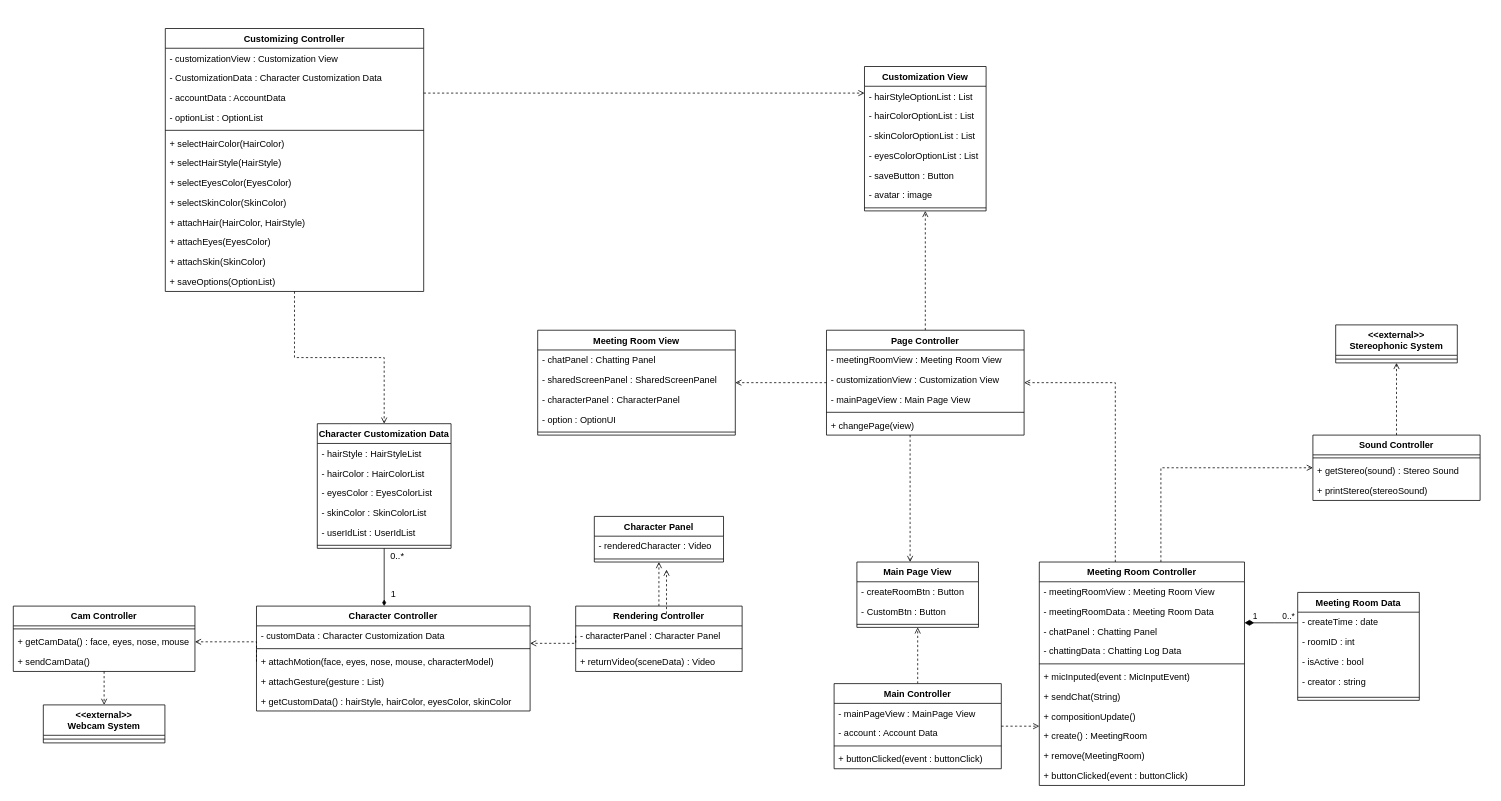
The draw.io diagram Combined.drawio in ONFFLine/Diagram, before the edit. Source tidied: cells renumbered, new cells numbered last; positions are measured from the earlier drawing's top-left corner, leaving out a move shared by most shapes. Both pictures are drawn from the tidied source at 76%, with x=0, y=0 at pixel (13, 28).
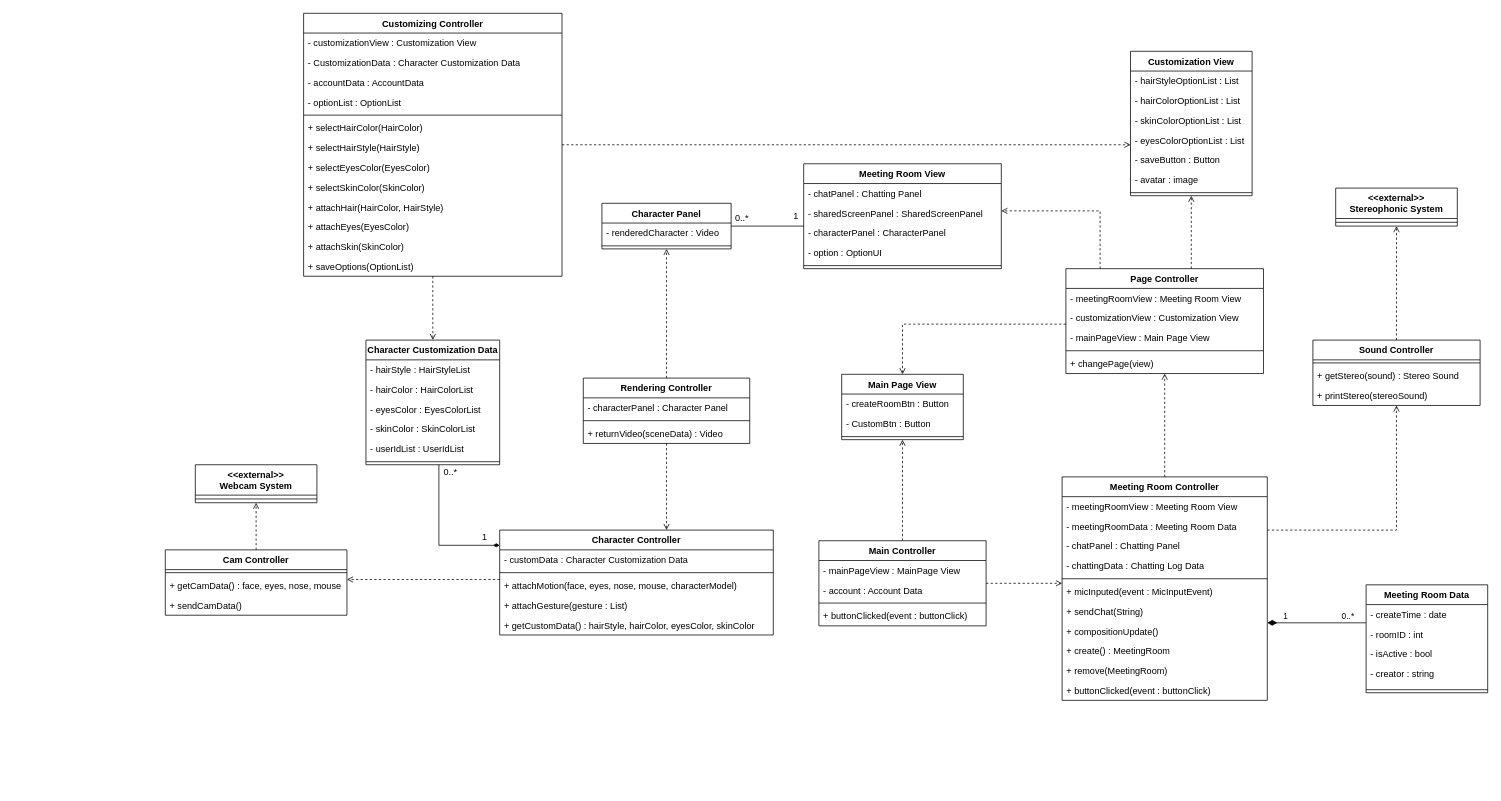
The same page after the edit.

The change refers to these unchanged cells:
```xml
<mxCell id="12" value="+ attachMotion(face, eyes, nose, mouse, characterModel)" style="text;strokeColor=none;fillColor=none;align=left;verticalAlign=top;spacingLeft=4;spacingRight=4;overflow=hidden;points=[[0,0.5],[1,0.5]];portConstraint=eastwest;" parent="9" vertex="1">
  <mxGeometry y="60" width="360" height="26" as="geometry" />
</mxCell>
<mxCell id="20" value="- characterPanel : Character Panel" style="text;strokeColor=none;fillColor=none;align=left;verticalAlign=top;spacingLeft=4;spacingRight=4;overflow=hidden;points=[[0,0.5],[1,0.5]];portConstraint=eastwest;" parent="19" vertex="1">
  <mxGeometry y="26" width="219" height="26" as="geometry" />
</mxCell>
<mxCell id="26" value="+ getCamData() : face, eyes, nose, mouse" style="text;strokeColor=none;fillColor=none;align=left;verticalAlign=top;spacingLeft=4;spacingRight=4;overflow=hidden;points=[[0,0.5],[1,0.5]];portConstraint=eastwest;" parent="24" vertex="1">
  <mxGeometry y="34" width="239" height="26" as="geometry" />
</mxCell>
```

The edit, as a diff of the source:
```diff
@@
     <mxCell id="3" value="Sound Controller" style="swimlane;fontStyle=1;align=center;verticalAlign=top;horizontal=1;startSize=26;" parent="1" vertex="1">
-      <mxGeometry x="1710" y="535" width="220" height="86" as="geometry" />
+      <mxGeometry x="1710" y="410" width="220" height="86" as="geometry" />
     </mxCell>
@@
     <mxCell id="7" value="&lt;&lt;external&gt;&gt;&#10;Stereophonic System" style="swimlane;fontStyle=1;align=center;verticalAlign=top;horizontal=1;startSize=40;" parent="1" vertex="1">
-      <mxGeometry x="1740" y="390" width="160" height="50" as="geometry" />
+      <mxGeometry x="1740" y="210" width="160" height="50" as="geometry" />
     </mxCell>
@@
     <mxCell id="9" value="Character Controller" style="swimlane;fontStyle=1;align=center;verticalAlign=top;horizontal=1;startSize=26;" parent="1" vertex="1">
-      <mxGeometry x="320" y="760" width="360" height="138" as="geometry" />
+      <mxGeometry x="640" y="660" width="360" height="138" as="geometry" />
     </mxCell>
@@
     <mxCell id="15" value="Character Panel" style="swimlane;fontStyle=1;align=center;verticalAlign=top;horizontal=1;startSize=26;" parent="1" vertex="1">
-      <mxGeometry x="764.5" y="642" width="170" height="60" as="geometry" />
+      <mxGeometry x="774.5" y="230" width="170" height="60" as="geometry" />
     </mxCell>
@@
     <mxCell id="19" value="Rendering Controller" style="swimlane;fontStyle=1;align=center;verticalAlign=top;horizontal=1;startSize=26;" parent="1" vertex="1">
-      <mxGeometry x="740" y="760" width="219" height="86" as="geometry" />
+      <mxGeometry x="750" y="460" width="219" height="86" as="geometry" />
     </mxCell>
@@
-    <mxCell id="23" style="edgeStyle=orthogonalEdgeStyle;rounded=0;jettySize=auto;html=1;entryX=0.5;entryY=0;entryDx=0;entryDy=0;dashed=1;endArrow=open;endFill=0;" parent="1" edge="1" source="24" target="29">
+    <mxCell id="23" style="edgeStyle=orthogonalEdgeStyle;rounded=0;jettySize=auto;html=1;dashed=1;endArrow=open;endFill=0;" parent="1" edge="1" source="24" target="29">
       <mxGeometry relative="1" as="geometry" />
     </mxCell>
     <mxCell id="24" value="Cam Controller" style="swimlane;fontStyle=1;align=center;verticalAlign=top;horizontal=1;startSize=26;" parent="1" vertex="1">
-      <mxGeometry y="760" width="239" height="86" as="geometry" />
+      <mxGeometry x="200" y="686" width="239" height="86" as="geometry" />
     </mxCell>
@@
     <mxCell id="28" style="edgeStyle=orthogonalEdgeStyle;rounded=0;jettySize=auto;html=1;dashed=1;endArrow=open;endFill=0;" parent="1" edge="1" source="76" target="3">
       <mxGeometry relative="1" as="geometry">
         <Array as="points">
-          <mxPoint x="1510" y="660" />
-          <mxPoint x="1510" y="660" />
+          <mxPoint x="1820" y="660" />
         </Array>
       </mxGeometry>
     </mxCell>
     <mxCell id="29" value="&lt;&lt;external&gt;&gt;&#10;Webcam System" style="swimlane;fontStyle=1;align=center;verticalAlign=top;horizontal=1;startSize=40;" parent="1" vertex="1">
-      <mxGeometry x="39.5" y="890" width="160" height="50" as="geometry" />
+      <mxGeometry x="239.5" y="574" width="160" height="50" as="geometry" />
     </mxCell>
@@
     <mxCell id="31" style="edgeStyle=orthogonalEdgeStyle;rounded=0;jettySize=auto;html=1;endArrow=diamondThin;endFill=1;" parent="1" edge="1" source="32" target="9">
       <mxGeometry relative="1" as="geometry">
         <Array as="points">
-          <mxPoint x="500" y="602" />
+          <mxPoint x="560" y="680" />
         </Array>
       </mxGeometry>
     </mxCell>
     <mxCell id="32" value="Character Customization Data" style="swimlane;fontStyle=1;align=center;verticalAlign=top;horizontal=1;startSize=26;" parent="1" vertex="1">
-      <mxGeometry x="400" y="520" width="176" height="164" as="geometry" />
+      <mxGeometry x="464" y="410" width="176" height="164" as="geometry" />
     </mxCell>
@@
     <mxCell id="39" value="1" style="text;html=1;align=center;verticalAlign=middle;strokeColor=none;" parent="1" vertex="1">
-      <mxGeometry x="490" y="735" width="20" height="20" as="geometry" />
+      <mxGeometry x="610" y="660" width="20" height="20" as="geometry" />
     </mxCell>
     <mxCell id="40" value="0..*" style="text;html=1;align=center;verticalAlign=middle;strokeColor=none;" parent="1" vertex="1">
-      <mxGeometry x="490" y="684" width="30" height="20" as="geometry" />
+      <mxGeometry x="560" y="574" width="30" height="20" as="geometry" />
     </mxCell>
-    <mxCell id="41" style="edgeStyle=orthogonalEdgeStyle;rounded=0;jettySize=auto;html=1;exitX=0;exitY=0.5;exitDx=0;exitDy=0;entryX=1;entryY=0.5;entryDx=0;entryDy=0;dashed=1;endArrow=open;endFill=0;" parent="1" edge="1" source="12" target="26">
+    <mxCell id="41" style="edgeStyle=orthogonalEdgeStyle;rounded=0;jettySize=auto;html=1;dashed=1;endArrow=open;endFill=0;" parent="1" edge="1" source="9" target="24">
       <mxGeometry relative="1" as="geometry">
         <Array as="points">
-          <mxPoint x="320" y="807" />
+          <mxPoint x="570" y="725" />
+          <mxPoint x="570" y="725" />
         </Array>
       </mxGeometry>
     </mxCell>
-    <mxCell id="42" style="edgeStyle=orthogonalEdgeStyle;rounded=0;jettySize=auto;html=1;exitX=0;exitY=0.5;exitDx=0;exitDy=0;dashed=1;endArrow=open;endFill=0;" parent="1" edge="1" source="20" target="9">
+    <mxCell id="42" style="edgeStyle=orthogonalEdgeStyle;rounded=0;jettySize=auto;html=1;dashed=1;endArrow=open;endFill=0;" parent="1" edge="1" source="19" target="9">
       <mxGeometry relative="1" as="geometry">
         <Array as="points">
-          <mxPoint x="740" y="809" />
+          <mxPoint x="700" y="750" />
+          <mxPoint x="700" y="750" />
         </Array>
       </mxGeometry>
     </mxCell>
     <mxCell id="43" style="edgeStyle=orthogonalEdgeStyle;rounded=0;jettySize=auto;html=1;dashed=1;endArrow=open;endFill=0;" parent="1" edge="1" source="45" target="51">
-      <mxGeometry relative="1" as="geometry" />
+      <mxGeometry relative="1" as="geometry">
+        <Array as="points">
+          <mxPoint x="1550" y="270" />
+          <mxPoint x="1550" y="270" />
+        </Array>
+      </mxGeometry>
     </mxCell>
     <mxCell id="44" style="edgeStyle=orthogonalEdgeStyle;rounded=0;jettySize=auto;html=1;dashed=1;endArrow=open;endFill=0;" parent="1" edge="1" source="45" target="95">
       <mxGeometry relative="1" as="geometry">
         <Array as="points">
-          <mxPoint x="1180" y="650" />
-          <mxPoint x="1180" y="650" />
+          <mxPoint x="1170" y="389" />
         </Array>
       </mxGeometry>
     </mxCell>
     <mxCell id="45" value="Page Controller" style="swimlane;fontStyle=1;align=center;verticalAlign=top;horizontal=1;startSize=26;" parent="1" vertex="1">
-      <mxGeometry x="1070" y="397" width="260" height="138" as="geometry" />
+      <mxGeometry x="1385" y="316" width="260" height="138" as="geometry" />
     </mxCell>
@@
     <mxCell id="51" value="Customization View" style="swimlane;fontStyle=1;align=center;verticalAlign=top;horizontal=1;startSize=26;" parent="1" vertex="1">
-      <mxGeometry x="1120" y="50" width="160" height="190" as="geometry" />
+      <mxGeometry x="1470" y="30" width="160" height="190" as="geometry" />
     </mxCell>
@@
     <mxCell id="61" value="Customizing Controller" style="swimlane;fontStyle=1;align=center;verticalAlign=top;horizontal=1;startSize=26;" parent="1" vertex="1">
-      <mxGeometry x="200" width="340" height="346" as="geometry" />
+      <mxGeometry x="382" y="-20" width="340" height="346" as="geometry" />
     </mxCell>
@@
     <mxCell id="75" style="edgeStyle=orthogonalEdgeStyle;rounded=0;jettySize=auto;html=1;endArrow=open;endFill=0;dashed=1;" parent="1" edge="1" source="76" target="45">
-      <mxGeometry relative="1" as="geometry">
-        <Array as="points">
-          <mxPoint x="1450" y="466" />
-        </Array>
-      </mxGeometry>
+      <mxGeometry relative="1" as="geometry" />
     </mxCell>
     <mxCell id="76" value="Meeting Room Controller" style="swimlane;fontStyle=1;align=center;verticalAlign=top;horizontal=1;startSize=26;" parent="1" vertex="1">
-      <mxGeometry x="1350" y="702" width="270" height="294" as="geometry" />
+      <mxGeometry x="1380" y="590" width="270" height="294" as="geometry" />
     </mxCell>
@@
     <mxCell id="88" style="edgeStyle=orthogonalEdgeStyle;rounded=0;jettySize=auto;html=1;dashed=1;endArrow=open;endFill=0;" parent="1" edge="1" source="90" target="76">
       <mxGeometry relative="1" as="geometry">
         <Array as="points">
-          <mxPoint x="1320" y="918" />
-          <mxPoint x="1320" y="918" />
+          <mxPoint x="1230" y="737" />
+          <mxPoint x="1230" y="737" />
         </Array>
       </mxGeometry>
     </mxCell>
@@
     <mxCell id="90" value="Main Controller" style="swimlane;fontStyle=1;align=center;verticalAlign=top;horizontal=1;startSize=26;" parent="1" vertex="1">
-      <mxGeometry x="1080" y="862" width="220" height="112" as="geometry" />
+      <mxGeometry x="1060" y="674" width="220" height="112" as="geometry" />
     </mxCell>
@@
     <mxCell id="95" value="Main Page View" style="swimlane;fontStyle=1;align=center;verticalAlign=top;horizontal=1;startSize=26;" parent="1" vertex="1">
-      <mxGeometry x="1110" y="702" width="160" height="86" as="geometry" />
+      <mxGeometry x="1090" y="455" width="160" height="86" as="geometry" />
     </mxCell>
@@
     <mxCell id="99" value="Meeting Room View" style="swimlane;fontStyle=1;align=center;verticalAlign=top;horizontal=1;startSize=26;" parent="1" vertex="1">
-      <mxGeometry x="690" y="397" width="260" height="138" as="geometry" />
+      <mxGeometry x="1040" y="178" width="260" height="138" as="geometry" />
     </mxCell>
@@
     <mxCell id="105" style="edgeStyle=orthogonalEdgeStyle;rounded=0;jettySize=auto;html=1;dashed=1;endArrow=open;endFill=0;" parent="1" edge="1" source="45" target="99">
       <mxGeometry relative="1" as="geometry">
         <Array as="points">
-          <mxPoint x="1200" y="430" />
-          <mxPoint x="1200" y="430" />
+          <mxPoint x="1430" y="240" />
         </Array>
       </mxGeometry>
     </mxCell>
@@
     <mxCell id="109" value="Meeting Room Data" style="swimlane;fontStyle=1;align=center;verticalAlign=top;horizontal=1;startSize=26;" parent="1" vertex="1">
-      <mxGeometry x="1690" y="742" width="160" height="142" as="geometry" />
+      <mxGeometry x="1780" y="732" width="160" height="142" as="geometry" />
     </mxCell>
@@
-    <mxCell id="115" style="edgeStyle=orthogonalEdgeStyle;rounded=0;orthogonalLoop=1;jettySize=auto;html=1;dashed=1;endArrow=open;endFill=0;" parent="1" edge="1">
+    <mxCell id="115" style="edgeStyle=orthogonalEdgeStyle;rounded=0;jettySize=auto;html=1;endArrow=none;endFill=0;" parent="1" edge="1" source="15" target="99">
       <mxGeometry relative="1" as="geometry">
-        <mxPoint x="859.5" y="770" as="sourcePoint" />
-        <mxPoint x="859.5" y="712" as="targetPoint" />
+        <Array as="points">
+          <mxPoint x="880" y="247" />
+        </Array>
       </mxGeometry>
     </mxCell>
+    <mxCell id="116" value="1" style="text;html=1;strokeColor=none;fillColor=none;align=center;verticalAlign=middle;whiteSpace=wrap;rounded=0;" parent="1" vertex="1">
+      <mxGeometry x="1020" y="237" width="20" height="20" as="geometry" />
+    </mxCell>
+    <mxCell id="117" value="0..*" style="text;html=1;strokeColor=none;fillColor=none;align=center;verticalAlign=middle;whiteSpace=wrap;rounded=0;" parent="1" vertex="1">
+      <mxGeometry x="944.5" y="240" width="28" height="20" as="geometry" />
+    </mxCell>
```
